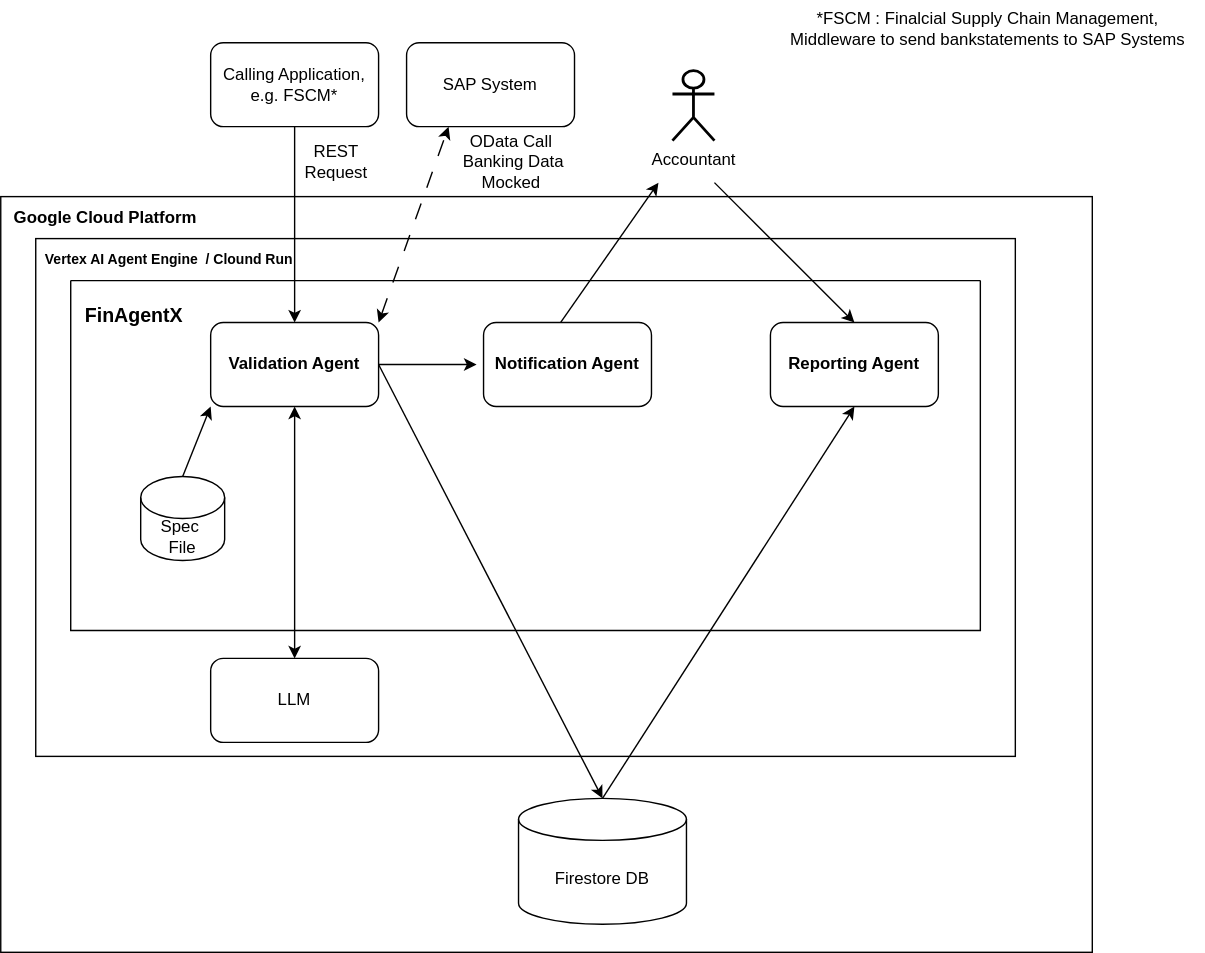
Before: Files/BlockDiagram_vertex.svg, a diagram exported from draw.io (SampathkumarSubramaniam/FinAgentX). Source tidied: cells renumbered, new cells last; positions are measured from the earlier drawing's top-left corner, leaving out a move shared by most shapes.
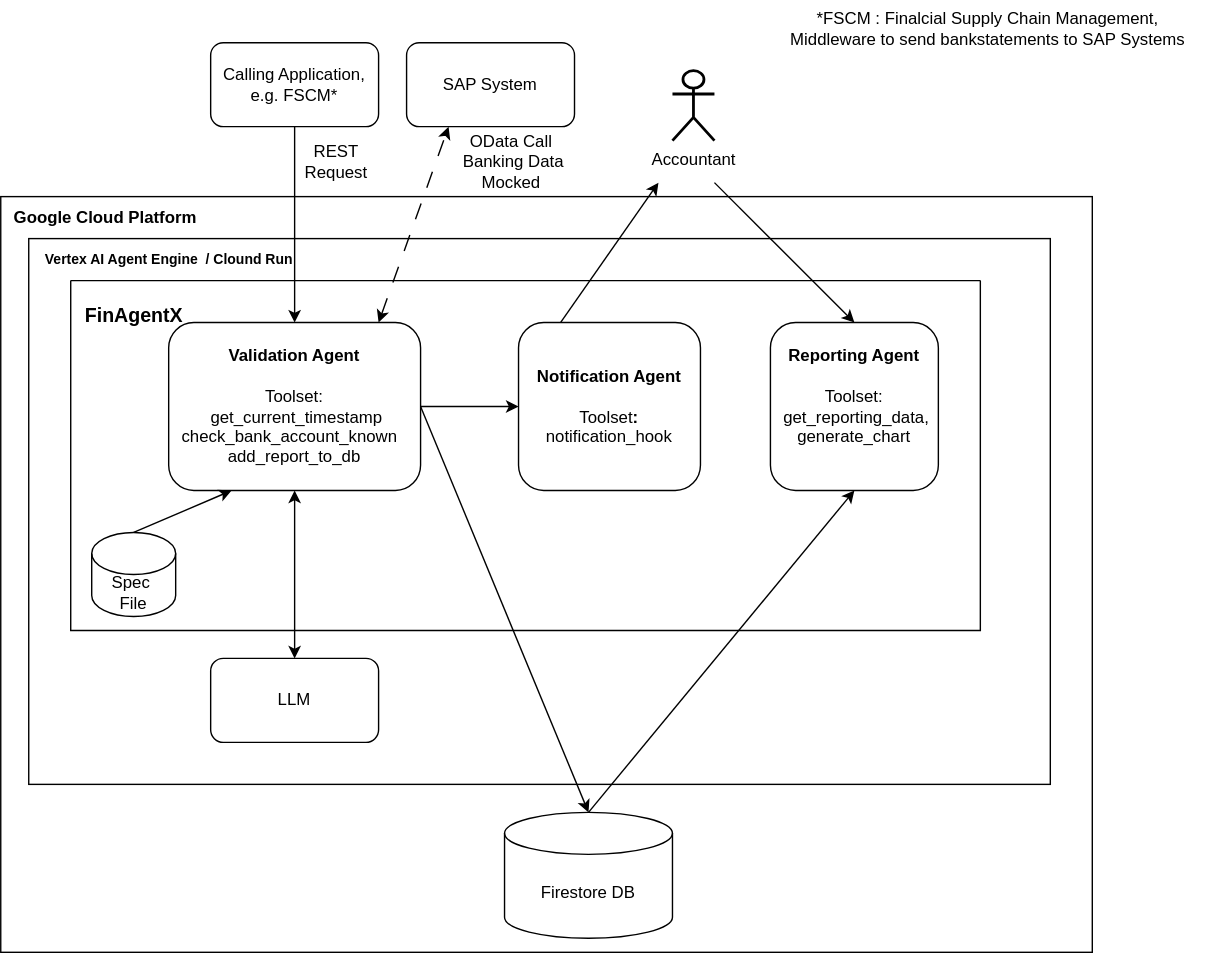
Later version of the same file.

Diff of the diagram source:
```diff
@@ -5,14 +5,14 @@
     <mxCell id="2" style="rounded=0;whiteSpace=wrap;html=1;" parent="1" vertex="1">
       <mxGeometry y="140" width="780" height="540" as="geometry" />
     </mxCell>
-    <mxCell id="3" style="rounded=0;whiteSpace=wrap;html=1;" parent="1" vertex="1">
-      <mxGeometry x="25" y="170" width="700" height="370" as="geometry" />
-    </mxCell>
+    <mxCell id="29" style="rounded=0;whiteSpace=wrap;html=1;" parent="1" vertex="1">
+      <mxGeometry x="20" y="170" width="730" height="390" as="geometry" />
+    </mxCell>
     <mxCell id="4" value="Calling Application, e.g. FSCM*" style="rounded=1;whiteSpace=wrap;html=1;" parent="1" vertex="1">
       <mxGeometry x="150" y="30" width="120" height="60" as="geometry" />
     </mxCell>
-    <mxCell id="5" value="&lt;b&gt;Validation Agent&lt;/b&gt;" style="rounded=1;whiteSpace=wrap;html=1;" parent="1" vertex="1">
-      <mxGeometry x="150" y="230" width="120" height="60" as="geometry" />
+    <mxCell id="5" value="&lt;b&gt;Validation Agent&lt;/b&gt;&lt;div&gt;&lt;br&gt;&lt;/div&gt;&lt;div&gt;Toolset:&lt;/div&gt;&lt;div&gt;&lt;span&gt;&amp;nbsp;get_current_timestamp&lt;/span&gt;&lt;br&gt;&lt;/div&gt;&lt;div&gt;&lt;span&gt;&lt;span&gt;check_bank_account_known&amp;nbsp;&amp;nbsp;&lt;/span&gt;&lt;/span&gt;&lt;/div&gt;&lt;div&gt;&lt;span style=&quot;background-color: initial;&quot;&gt;add_report_to_db&lt;/span&gt;&lt;/div&gt;&lt;div&gt;&lt;span&gt;&lt;span&gt;&lt;i style=&quot;height: 1px; width: 1px; opacity: 0.001;&quot;&gt;&lt;/i&gt;&lt;/span&gt;&lt;/span&gt;&lt;/div&gt;" style="rounded=1;whiteSpace=wrap;html=1;" parent="1" vertex="1">
+      <mxGeometry x="120" y="230" width="180" height="120" as="geometry" />
     </mxCell>
     <mxCell id="6" value="REST Request" style="text;html=1;align=center;verticalAlign=middle;whiteSpace=wrap;rounded=0;" parent="1" vertex="1">
       <mxGeometry x="210" y="100" width="60" height="30" as="geometry" />
@@ -34,16 +34,14 @@
     <mxCell id="11" style="endArrow=classic;startArrow=classic;html=1;rounded=0;entryX=0.5;entryY=1;entryDx=0;entryDy=0;exitX=0.5;exitY=0;exitDx=0;exitDy=0;" parent="1" edge="1" source="10" target="5">
       <mxGeometry relative="1" as="geometry" />
     </mxCell>
-    <mxCell id="12" style="endArrow=classic;html=1;rounded=0;exitX=0.5;exitY=0;exitDx=0;exitDy=0;exitPerimeter=0;" parent="1" edge="1" source="23">
-      <mxGeometry relative="1" as="geometry">
-        <mxPoint x="150" y="290" as="targetPoint" />
-      </mxGeometry>
+    <mxCell id="12" style="endArrow=classic;html=1;rounded=0;exitX=0.5;exitY=0;exitDx=0;exitDy=0;exitPerimeter=0;entryX=0.25;entryY=1;entryDx=0;entryDy=0;" parent="1" edge="1" source="23" target="5">
+      <mxGeometry relative="1" as="geometry" />
     </mxCell>
     <mxCell id="13" style="endArrow=classic;html=1;rounded=0;exitX=1;exitY=0.5;exitDx=0;exitDy=0;entryX=0.5;entryY=0;entryDx=0;entryDy=0;entryPerimeter=0;" parent="1" edge="1" source="5" target="24">
       <mxGeometry relative="1" as="geometry" />
     </mxCell>
-    <mxCell id="14" value="&lt;b&gt;Reporting Agent&lt;/b&gt;" style="rounded=1;whiteSpace=wrap;html=1;" parent="1" vertex="1">
-      <mxGeometry x="550" y="230" width="120" height="60" as="geometry" />
+    <mxCell id="14" value="&lt;b&gt;Reporting Agent&lt;/b&gt;&lt;div&gt;&lt;b&gt;&lt;br&gt;&lt;/b&gt;&lt;/div&gt;&lt;div&gt;Toolset:&lt;/div&gt;&lt;div&gt;&lt;span&gt;&amp;nbsp;get_reporting_data,&lt;/span&gt;&lt;/div&gt;&lt;div&gt;&lt;span&gt;generate_chart&lt;/span&gt;&lt;br&gt;&lt;/div&gt;&lt;div&gt;&lt;br&gt;&lt;/div&gt;" style="rounded=1;whiteSpace=wrap;html=1;" parent="1" vertex="1">
+      <mxGeometry x="550" y="230" width="120" height="120" as="geometry" />
     </mxCell>
     <mxCell id="15" style="endArrow=classic;html=1;rounded=0;entryX=0.5;entryY=1;entryDx=0;entryDy=0;exitX=0.5;exitY=0;exitDx=0;exitDy=0;exitPerimeter=0;" parent="1" edge="1" source="24" target="14">
       <mxGeometry relative="1" as="geometry" />
@@ -56,21 +54,12 @@
         <mxPoint x="510" y="130" as="sourcePoint" />
       </mxGeometry>
     </mxCell>
-    <mxCell id="18" value="&lt;b&gt;Notification Agent&lt;/b&gt;" style="rounded=1;whiteSpace=wrap;html=1;" parent="1" vertex="1">
-      <mxGeometry x="345" y="230" width="120" height="60" as="geometry" />
-    </mxCell>
     <mxCell id="19" style="endArrow=classic;html=1;rounded=0;" parent="1" edge="1">
       <mxGeometry relative="1" as="geometry">
         <mxPoint x="400" y="230" as="sourcePoint" />
         <mxPoint x="470" y="130" as="targetPoint" />
       </mxGeometry>
     </mxCell>
-    <mxCell id="20" style="endArrow=classic;html=1;rounded=0;" parent="1" edge="1">
-      <mxGeometry relative="1" as="geometry">
-        <mxPoint x="270" y="260" as="sourcePoint" />
-        <mxPoint x="340" y="260" as="targetPoint" />
-      </mxGeometry>
-    </mxCell>
     <mxCell id="21" style="swimlane;startSize=0;" parent="1" vertex="1">
       <mxGeometry x="50" y="200" width="650" height="250" as="geometry" />
     </mxCell>
@@ -78,10 +67,18 @@
       <mxGeometry y="10" width="90" height="30" as="geometry" />
     </mxCell>
     <mxCell id="23" value="Spec&amp;nbsp;&lt;div&gt;File&lt;/div&gt;" style="shape=cylinder3;whiteSpace=wrap;html=1;boundedLbl=1;backgroundOutline=1;size=15;" parent="21" vertex="1">
-      <mxGeometry x="50" y="140" width="60" height="60" as="geometry" />
+      <mxGeometry x="15" y="180" width="60" height="60" as="geometry" />
     </mxCell>
+    <mxCell id="20" style="endArrow=classic;html=1;rounded=0;entryX=0;entryY=0.5;entryDx=0;entryDy=0;" parent="21" edge="1" target="18">
+      <mxGeometry relative="1" as="geometry">
+        <mxPoint x="250" y="90" as="sourcePoint" />
+      </mxGeometry>
+    </mxCell>
+    <mxCell id="18" value="&lt;b&gt;Notification Agent&lt;/b&gt;&lt;div&gt;&lt;b&gt;&lt;br&gt;&lt;/b&gt;&lt;/div&gt;&lt;div&gt;Toolset&lt;b&gt;:&lt;/b&gt;&lt;/div&gt;&lt;div&gt;&lt;span&gt;notification_hook&lt;/span&gt;&lt;b&gt;&lt;br&gt;&lt;/b&gt;&lt;/div&gt;" style="rounded=1;whiteSpace=wrap;html=1;" parent="21" vertex="1">
+      <mxGeometry x="320" y="30" width="130" height="120" as="geometry" />
+    </mxCell>
     <mxCell id="24" value="Firestore DB" style="shape=cylinder3;whiteSpace=wrap;html=1;boundedLbl=1;backgroundOutline=1;size=15;" parent="1" vertex="1">
-      <mxGeometry x="370" y="570" width="120" height="90" as="geometry" />
+      <mxGeometry x="360" y="580" width="120" height="90" as="geometry" />
     </mxCell>
     <mxCell id="25" value="*FSCM : Finalcial Supply Chain Management,&lt;div&gt;Middleware to send bankstatements to SAP Systems&lt;/div&gt;" style="text;html=1;align=center;verticalAlign=middle;strokeColor=none;fillColor=none;" parent="1" vertex="1">
       <mxGeometry x="550" width="310" height="40" as="geometry" />
```
